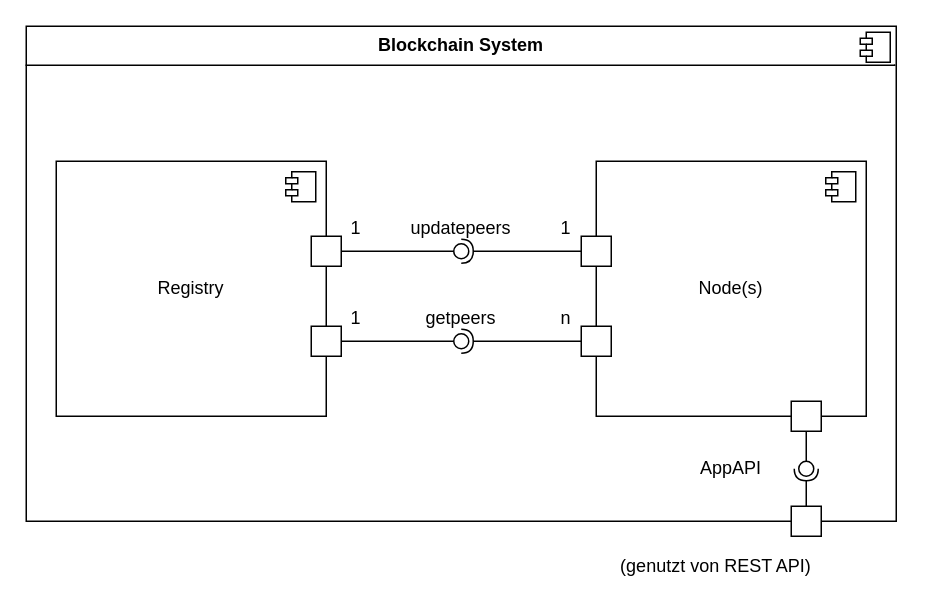
This is docs/arc42/arc42-MinerNetwork/images/Layer 1_neu.drawio from bjoern621/VSP-Blockchain, a draw.io file, before an edit. Source tidied: cells renumbered, new cells numbered last; positions are measured from the earlier drawing's top-left corner, leaving out a move shared by most shapes. Both pictures are drawn from the tidied source at 150%, with x=0, y=0 at pixel (26, 26).
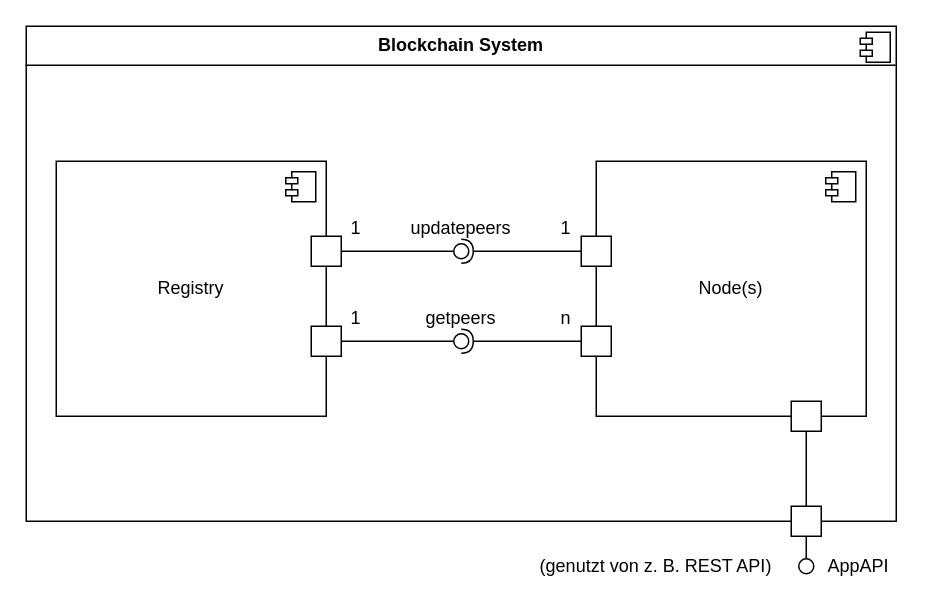
The same diagram, later.

The change refers to these unchanged cells:
```xml
<mxCell id="18" style="rounded=0;whiteSpace=wrap;html=1;" parent="1" vertex="1">
  <mxGeometry x="510" y="250" width="20" height="20" as="geometry" />
</mxCell>
<mxCell id="19" style="rounded=0;whiteSpace=wrap;html=1;" parent="1" vertex="1">
  <mxGeometry x="510" y="320" width="20" height="20" as="geometry" />
</mxCell>
```

The edit, as a diff of the source:
```diff
@@
-    <mxCell id="20" style="rounded=0;jettySize=auto;html=1;endArrow=halfCircle;endFill=0;endSize=6;strokeWidth=1;sketch=0;exitX=0.5;exitY=0;exitDx=0;exitDy=0;" parent="1" edge="1" source="19" target="22">
-      <mxGeometry relative="1" as="geometry" />
-    </mxCell>
-    <mxCell id="21" style="rounded=0;jettySize=auto;html=1;endArrow=oval;endFill=0;sketch=0;sourcePerimeterSpacing=0;targetPerimeterSpacing=0;endSize=10;exitX=0.5;exitY=1;exitDx=0;exitDy=0;" parent="1" edge="1" source="18" target="22">
-      <mxGeometry relative="1" as="geometry" />
-    </mxCell>
-    <mxCell id="22" style="ellipse;whiteSpace=wrap;html=1;align=center;fillColor=none;strokeColor=none;perimeter=centerPerimeter;points=[];outlineConnect=1;" parent="1" vertex="1">
-      <mxGeometry x="515" y="290" width="10" height="10" as="geometry" />
-    </mxCell>
-    <mxCell id="23" value="(genutzt von REST API)" style="text;html=1;whiteSpace=wrap;align=center;verticalAlign=middle;rounded=0;fillColor=light-dark(#FFFFFF,#4D4D4D);" parent="1" vertex="1">
-      <mxGeometry x="390" y="350" width="140" height="20" as="geometry" />
+    <mxCell id="23" value="(genutzt von z. B. REST API)" style="text;html=1;whiteSpace=wrap;align=center;verticalAlign=middle;rounded=0;fillColor=light-dark(#FFFFFF,#4D4D4D);" parent="1" vertex="1">
+      <mxGeometry x="340" y="350" width="160" height="20" as="geometry" />
     </mxCell>
     <mxCell id="24" value="AppAPI" style="text;html=1;whiteSpace=wrap;strokeColor=none;fillColor=none;align=center;verticalAlign=middle;rounded=0;" parent="1" vertex="1">
-      <mxGeometry x="430" y="280" width="80" height="30" as="geometry" />
+      <mxGeometry x="515" y="345" width="80" height="30" as="geometry" />
     </mxCell>
@@
+    <mxCell id="29" style="rounded=0;jettySize=auto;html=1;endArrow=oval;endFill=0;sketch=0;sourcePerimeterSpacing=0;targetPerimeterSpacing=0;endSize=10;" parent="1" edge="1" source="19">
+      <mxGeometry relative="1" as="geometry">
+        <mxPoint x="520" y="360" as="targetPoint" />
+      </mxGeometry>
+    </mxCell>
+    <mxCell id="30" style="endArrow=none;html=1;rounded=0;" parent="1" edge="1" source="19" target="18">
+      <mxGeometry relative="1" as="geometry" />
+    </mxCell>
```
